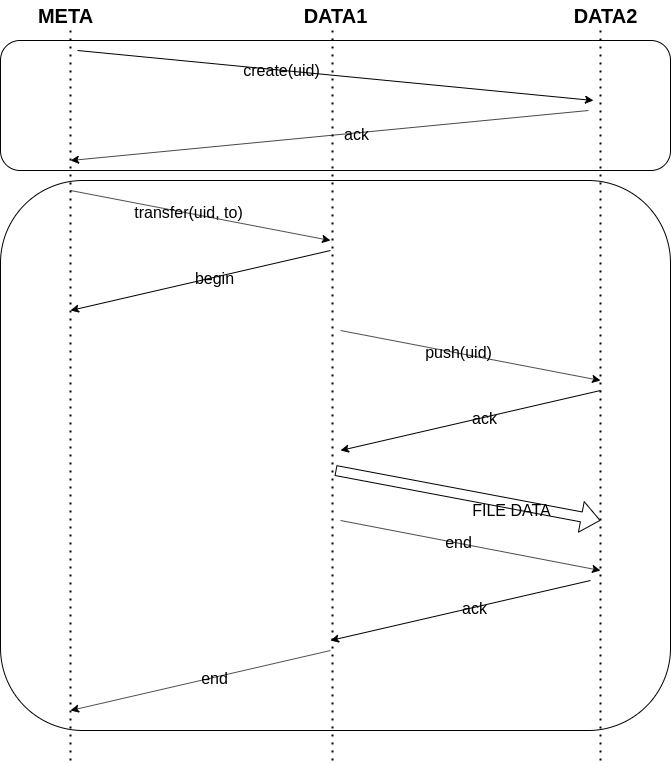
Before: diagrams/requests/transfer_request.png, a diagram exported from draw.io (ale99WGiais/tesina_iot). Source tidied: cells renumbered, new cells last; positions are measured from the earlier drawing's top-left corner, leaving out a move shared by most shapes. Source of this version:
```xml
<mxGraphModel>
  <root>
    <mxCell id="0" />
    <mxCell id="1" parent="0" />
    <mxCell id="2" style="rounded=1;whiteSpace=wrap;html=1;" parent="1" vertex="1">
      <mxGeometry y="180" width="670" height="550" as="geometry" />
    </mxCell>
    <mxCell id="3" style="rounded=1;whiteSpace=wrap;html=1;" parent="1" vertex="1">
      <mxGeometry y="40" width="670" height="130" as="geometry" />
    </mxCell>
    <mxCell id="4" style="endArrow=classic;html=1;fontSize=20;" parent="1" edge="1">
      <mxGeometry relative="1" as="geometry">
        <mxPoint x="77" y="50" as="sourcePoint" />
        <mxPoint x="593" y="100" as="targetPoint" />
      </mxGeometry>
    </mxCell>
    <mxCell id="5" value="&lt;div&gt;create(uid)&lt;/div&gt;" style="edgeLabel;html=1;align=center;verticalAlign=middle;fontSize=16;" parent="4" vertex="1">
      <mxGeometry x="-0.1" y="1" relative="1" as="geometry">
        <mxPoint x="-29" y="-1.5" as="offset" />
      </mxGeometry>
    </mxCell>
    <mxCell id="6" style="endArrow=none;dashed=1;html=1;dashPattern=1 3;strokeWidth=2;fontSize=12;" parent="1" edge="1">
      <mxGeometry relative="1" as="geometry">
        <mxPoint x="332" y="760" as="sourcePoint" />
        <mxPoint x="332" y="30" as="targetPoint" />
      </mxGeometry>
    </mxCell>
    <mxCell id="7" value="META" style="text;html=1;align=center;verticalAlign=middle;fontSize=20;fontStyle=1;" parent="1" vertex="1">
      <mxGeometry x="30" width="70" height="30" as="geometry" />
    </mxCell>
    <mxCell id="8" value="DATA1" style="text;html=1;align=center;verticalAlign=middle;fontSize=20;fontStyle=1;" parent="1" vertex="1">
      <mxGeometry x="295" width="80" height="30" as="geometry" />
    </mxCell>
    <mxCell id="9" value="DATA2" style="text;html=1;align=center;verticalAlign=middle;fontSize=20;fontStyle=1;" parent="1" vertex="1">
      <mxGeometry x="565" width="80" height="30" as="geometry" />
    </mxCell>
    <mxCell id="10" style="endArrow=classic;html=1;fontSize=20;" parent="1" edge="1">
      <mxGeometry relative="1" as="geometry">
        <mxPoint x="70" y="190" as="sourcePoint" />
        <mxPoint x="330" y="240" as="targetPoint" />
      </mxGeometry>
    </mxCell>
    <mxCell id="11" value="&lt;div&gt;transfer(uid, to)&lt;/div&gt;" style="edgeLabel;html=1;align=center;verticalAlign=middle;fontSize=16;" parent="10" vertex="1">
      <mxGeometry x="-0.1" y="1" relative="1" as="geometry" />
    </mxCell>
    <mxCell id="12" style="endArrow=none;dashed=1;html=1;dashPattern=1 3;strokeWidth=2;fontSize=12;" parent="1" edge="1">
      <mxGeometry relative="1" as="geometry">
        <mxPoint x="70" y="760" as="sourcePoint" />
        <mxPoint x="70" y="30" as="targetPoint" />
      </mxGeometry>
    </mxCell>
    <mxCell id="13" style="endArrow=none;dashed=1;html=1;dashPattern=1 3;strokeWidth=2;fontSize=12;" parent="1" edge="1">
      <mxGeometry relative="1" as="geometry">
        <mxPoint x="600" y="760" as="sourcePoint" />
        <mxPoint x="600" y="30" as="targetPoint" />
      </mxGeometry>
    </mxCell>
    <mxCell id="14" style="endArrow=classic;html=1;fontSize=20;" parent="1" edge="1">
      <mxGeometry relative="1" as="geometry">
        <mxPoint x="330" y="250" as="sourcePoint" />
        <mxPoint x="70" y="310" as="targetPoint" />
      </mxGeometry>
    </mxCell>
    <mxCell id="15" value="begin" style="edgeLabel;html=1;align=center;verticalAlign=middle;fontSize=16;" parent="14" vertex="1">
      <mxGeometry x="-0.1" y="1" relative="1" as="geometry" />
    </mxCell>
    <mxCell id="16" style="endArrow=classic;html=1;fontSize=20;" parent="1" edge="1">
      <mxGeometry relative="1" as="geometry">
        <mxPoint x="588" y="110" as="sourcePoint" />
        <mxPoint x="70" y="160" as="targetPoint" />
      </mxGeometry>
    </mxCell>
    <mxCell id="17" value="&lt;div&gt;ack&lt;/div&gt;" style="edgeLabel;html=1;align=center;verticalAlign=middle;fontSize=16;" parent="16" vertex="1">
      <mxGeometry x="-0.1" y="1" relative="1" as="geometry" />
    </mxCell>
    <mxCell id="18" style="shape=flexArrow;endArrow=classic;html=1;fontSize=16;" parent="1" edge="1">
      <mxGeometry relative="1" as="geometry">
        <mxPoint x="335" y="470" as="sourcePoint" />
        <mxPoint x="600" y="520" as="targetPoint" />
      </mxGeometry>
    </mxCell>
    <mxCell id="19" value="FILE DATA" style="edgeLabel;html=1;align=center;verticalAlign=middle;fontSize=16;" parent="18" vertex="1">
      <mxGeometry x="0.34" y="-6" relative="1" as="geometry" />
    </mxCell>
    <mxCell id="20" style="endArrow=classic;html=1;fontSize=20;" parent="1" edge="1">
      <mxGeometry relative="1" as="geometry">
        <mxPoint x="340" y="520" as="sourcePoint" />
        <mxPoint x="600" y="570" as="targetPoint" />
      </mxGeometry>
    </mxCell>
    <mxCell id="21" value="&lt;div&gt;end&lt;/div&gt;" style="edgeLabel;html=1;align=center;verticalAlign=middle;fontSize=16;" parent="20" vertex="1">
      <mxGeometry x="-0.1" y="1" relative="1" as="geometry" />
    </mxCell>
    <mxCell id="22" style="endArrow=classic;html=1;fontSize=20;" parent="1" edge="1">
      <mxGeometry relative="1" as="geometry">
        <mxPoint x="600" y="390" as="sourcePoint" />
        <mxPoint x="340" y="450" as="targetPoint" />
      </mxGeometry>
    </mxCell>
    <mxCell id="23" value="ack" style="edgeLabel;html=1;align=center;verticalAlign=middle;fontSize=16;" parent="22" vertex="1">
      <mxGeometry x="-0.1" y="1" relative="1" as="geometry" />
    </mxCell>
    <mxCell id="24" style="endArrow=classic;html=1;fontSize=20;" parent="1" edge="1">
      <mxGeometry relative="1" as="geometry">
        <mxPoint x="340" y="330" as="sourcePoint" />
        <mxPoint x="600" y="380" as="targetPoint" />
      </mxGeometry>
    </mxCell>
    <mxCell id="25" value="&lt;div&gt;push(uid)&lt;/div&gt;" style="edgeLabel;html=1;align=center;verticalAlign=middle;fontSize=16;" parent="24" vertex="1">
      <mxGeometry x="-0.1" y="1" relative="1" as="geometry" />
    </mxCell>
    <mxCell id="26" style="endArrow=classic;html=1;fontSize=20;" parent="1" edge="1">
      <mxGeometry relative="1" as="geometry">
        <mxPoint x="590" y="580" as="sourcePoint" />
        <mxPoint x="330" y="640" as="targetPoint" />
      </mxGeometry>
    </mxCell>
    <mxCell id="27" value="ack" style="edgeLabel;html=1;align=center;verticalAlign=middle;fontSize=16;" parent="26" vertex="1">
      <mxGeometry x="-0.1" y="1" relative="1" as="geometry" />
    </mxCell>
    <mxCell id="28" style="endArrow=classic;html=1;fontSize=20;" parent="1" edge="1">
      <mxGeometry relative="1" as="geometry">
        <mxPoint x="330" y="650" as="sourcePoint" />
        <mxPoint x="70" y="710" as="targetPoint" />
      </mxGeometry>
    </mxCell>
    <mxCell id="29" value="end" style="edgeLabel;html=1;align=center;verticalAlign=middle;fontSize=16;" parent="28" vertex="1">
      <mxGeometry x="-0.1" y="1" relative="1" as="geometry" />
    </mxCell>
  </root>
</mxGraphModel>
```
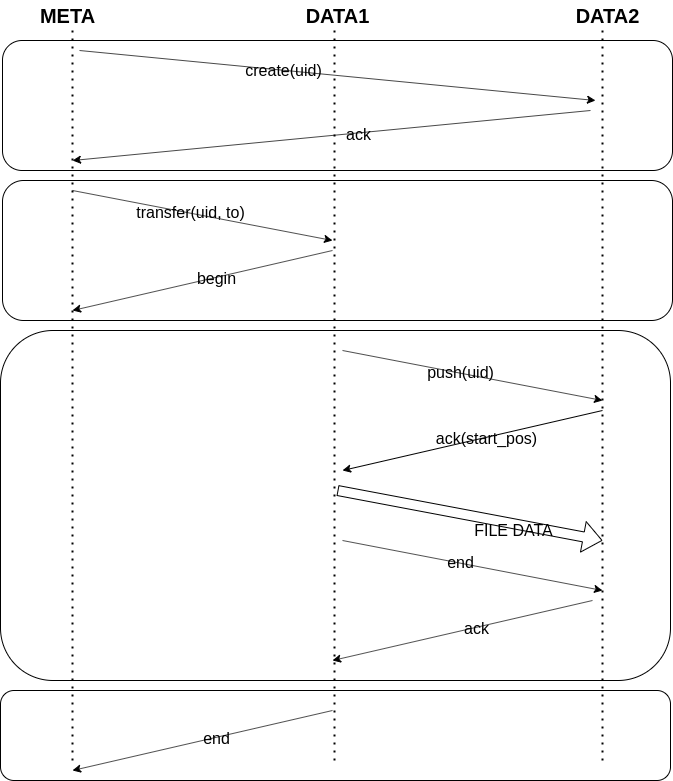
After the commit.

What changed in the source:
```diff
@@ -2,8 +2,14 @@
   <root>
     <mxCell id="0" />
     <mxCell id="1" parent="0" />
+    <mxCell id="30" style="rounded=1;whiteSpace=wrap;html=1;" parent="1" vertex="1">
+      <mxGeometry x="-2" y="690" width="670" height="90" as="geometry" />
+    </mxCell>
+    <mxCell id="31" style="rounded=1;whiteSpace=wrap;html=1;" parent="1" vertex="1">
+      <mxGeometry x="-2" y="330" width="670" height="350" as="geometry" />
+    </mxCell>
     <mxCell id="2" style="rounded=1;whiteSpace=wrap;html=1;" parent="1" vertex="1">
-      <mxGeometry y="180" width="670" height="550" as="geometry" />
+      <mxGeometry y="180" width="670" height="140" as="geometry" />
     </mxCell>
     <mxCell id="3" style="rounded=1;whiteSpace=wrap;html=1;" parent="1" vertex="1">
       <mxGeometry y="40" width="670" height="130" as="geometry" />
@@ -75,8 +81,8 @@
     </mxCell>
     <mxCell id="18" style="shape=flexArrow;endArrow=classic;html=1;fontSize=16;" parent="1" edge="1">
       <mxGeometry relative="1" as="geometry">
-        <mxPoint x="335" y="470" as="sourcePoint" />
-        <mxPoint x="600" y="520" as="targetPoint" />
+        <mxPoint x="335" y="490" as="sourcePoint" />
+        <mxPoint x="600" y="540" as="targetPoint" />
       </mxGeometry>
     </mxCell>
     <mxCell id="19" value="FILE DATA" style="edgeLabel;html=1;align=center;verticalAlign=middle;fontSize=16;" parent="18" vertex="1">
@@ -84,8 +90,8 @@
     </mxCell>
     <mxCell id="20" style="endArrow=classic;html=1;fontSize=20;" parent="1" edge="1">
       <mxGeometry relative="1" as="geometry">
-        <mxPoint x="340" y="520" as="sourcePoint" />
-        <mxPoint x="600" y="570" as="targetPoint" />
+        <mxPoint x="340" y="540" as="sourcePoint" />
+        <mxPoint x="600" y="590" as="targetPoint" />
       </mxGeometry>
     </mxCell>
     <mxCell id="21" value="&lt;div&gt;end&lt;/div&gt;" style="edgeLabel;html=1;align=center;verticalAlign=middle;fontSize=16;" parent="20" vertex="1">
@@ -93,17 +99,17 @@
     </mxCell>
     <mxCell id="22" style="endArrow=classic;html=1;fontSize=20;" parent="1" edge="1">
       <mxGeometry relative="1" as="geometry">
-        <mxPoint x="600" y="390" as="sourcePoint" />
-        <mxPoint x="340" y="450" as="targetPoint" />
+        <mxPoint x="600" y="410" as="sourcePoint" />
+        <mxPoint x="340" y="470" as="targetPoint" />
       </mxGeometry>
     </mxCell>
-    <mxCell id="23" value="ack" style="edgeLabel;html=1;align=center;verticalAlign=middle;fontSize=16;" parent="22" vertex="1">
+    <mxCell id="23" value="ack(start_pos)" style="edgeLabel;html=1;align=center;verticalAlign=middle;fontSize=16;" parent="22" vertex="1">
       <mxGeometry x="-0.1" y="1" relative="1" as="geometry" />
     </mxCell>
     <mxCell id="24" style="endArrow=classic;html=1;fontSize=20;" parent="1" edge="1">
       <mxGeometry relative="1" as="geometry">
-        <mxPoint x="340" y="330" as="sourcePoint" />
-        <mxPoint x="600" y="380" as="targetPoint" />
+        <mxPoint x="340" y="350" as="sourcePoint" />
+        <mxPoint x="600" y="400" as="targetPoint" />
       </mxGeometry>
     </mxCell>
     <mxCell id="25" value="&lt;div&gt;push(uid)&lt;/div&gt;" style="edgeLabel;html=1;align=center;verticalAlign=middle;fontSize=16;" parent="24" vertex="1">
@@ -111,8 +117,8 @@
     </mxCell>
     <mxCell id="26" style="endArrow=classic;html=1;fontSize=20;" parent="1" edge="1">
       <mxGeometry relative="1" as="geometry">
-        <mxPoint x="590" y="580" as="sourcePoint" />
-        <mxPoint x="330" y="640" as="targetPoint" />
+        <mxPoint x="590" y="600" as="sourcePoint" />
+        <mxPoint x="330" y="660" as="targetPoint" />
       </mxGeometry>
     </mxCell>
     <mxCell id="27" value="ack" style="edgeLabel;html=1;align=center;verticalAlign=middle;fontSize=16;" parent="26" vertex="1">
@@ -120,8 +126,8 @@
     </mxCell>
     <mxCell id="28" style="endArrow=classic;html=1;fontSize=20;" parent="1" edge="1">
       <mxGeometry relative="1" as="geometry">
-        <mxPoint x="330" y="650" as="sourcePoint" />
-        <mxPoint x="70" y="710" as="targetPoint" />
+        <mxPoint x="330" y="710" as="sourcePoint" />
+        <mxPoint x="70" y="770" as="targetPoint" />
       </mxGeometry>
     </mxCell>
     <mxCell id="29" value="end" style="edgeLabel;html=1;align=center;verticalAlign=middle;fontSize=16;" parent="28" vertex="1">
```
